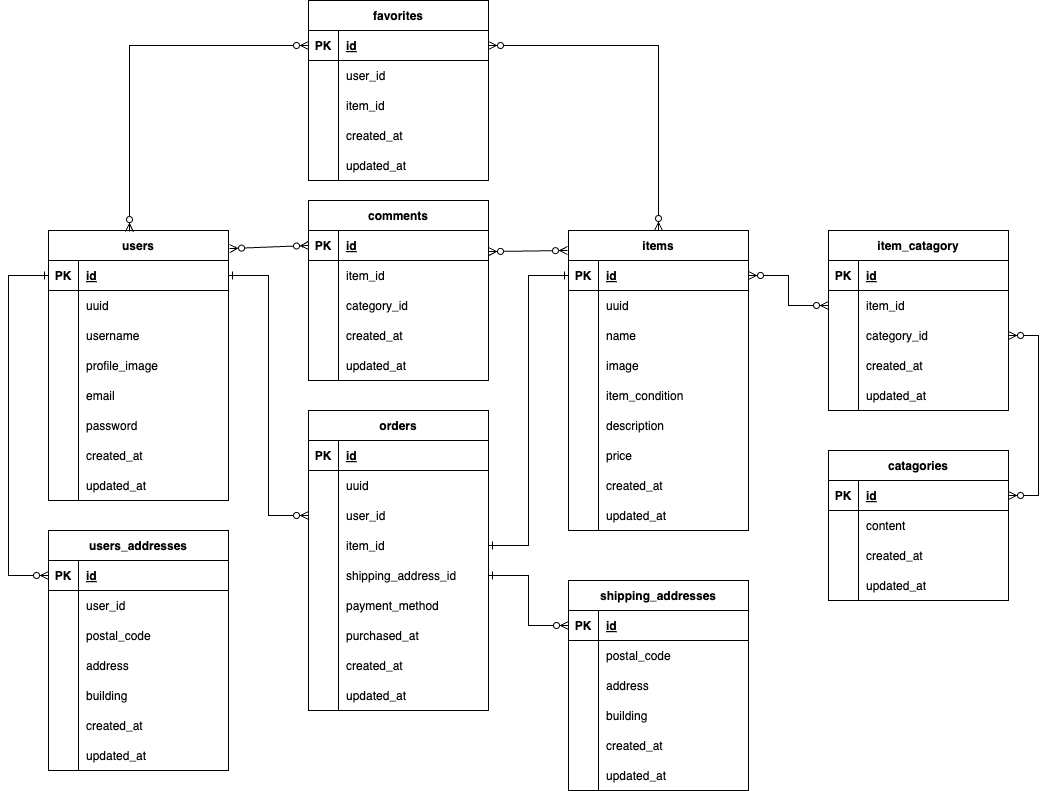
Above: .drawio.png in Koharu5810/flea_market (draw.io), before the change. Source tidied: cells renumbered, new cells last; positions are measured from the earlier drawing's top-left corner, leaving out a move shared by most shapes.
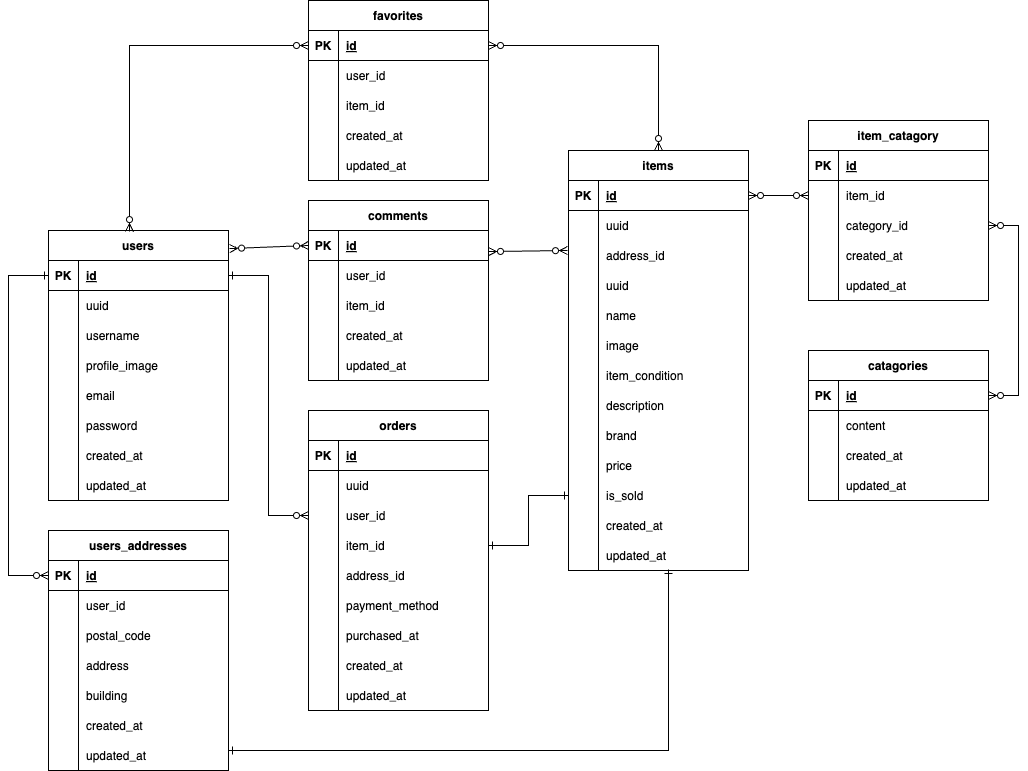
The same diagram one commit later.

The edit, as a diff of the source:
```diff
@@ -2,68 +2,8 @@
   <root>
     <mxCell id="0" />
     <mxCell id="1" parent="0" />
-    <mxCell id="2" value="shipping_addresses" style="shape=table;startSize=30;rowLines=0;fontStyle=1;align=center;" parent="1" vertex="1">
-      <mxGeometry x="560" y="580" width="180" height="210" as="geometry" />
-    </mxCell>
-    <mxCell id="3" style="shape=tableRow;horizontal=0;startSize=0;swimlaneHead=0;swimlaneBody=0;fillColor=none;points=[[0,0.5],[1,0.5]];portConstraint=eastwest;top=0;left=0;right=0;bottom=1;" parent="2" vertex="1">
-      <mxGeometry y="30" width="180" height="30" as="geometry" />
-    </mxCell>
-    <mxCell id="4" value="PK" style="shape=partialRectangle;fillColor=none;top=0;left=0;bottom=0;right=0;fontStyle=1;overflow=hidden;" parent="3" vertex="1">
-      <mxGeometry width="30" height="30" as="geometry" />
-    </mxCell>
-    <mxCell id="5" value="id" style="shape=partialRectangle;fillColor=none;top=0;left=0;bottom=0;right=0;align=left;spacingLeft=6;fontStyle=5;overflow=hidden;" parent="3" vertex="1">
-      <mxGeometry x="30" width="150" height="30" as="geometry" />
-    </mxCell>
-    <mxCell id="6" style="shape=tableRow;horizontal=0;startSize=0;swimlaneHead=0;swimlaneBody=0;fillColor=none;top=0;left=0;right=0;bottom=0;" parent="2" vertex="1">
-      <mxGeometry y="60" width="180" height="30" as="geometry" />
-    </mxCell>
-    <mxCell id="7" style="shape=partialRectangle;fillColor=none;top=0;left=0;bottom=0;right=0;overflow=hidden;" parent="6" vertex="1">
-      <mxGeometry width="30" height="30" as="geometry" />
-    </mxCell>
-    <mxCell id="8" value="postal_code" style="shape=partialRectangle;fillColor=none;top=0;left=0;bottom=0;right=0;align=left;spacingLeft=6;overflow=hidden;" parent="6" vertex="1">
-      <mxGeometry x="30" width="150" height="30" as="geometry" />
-    </mxCell>
-    <mxCell id="9" style="shape=tableRow;horizontal=0;startSize=0;swimlaneHead=0;swimlaneBody=0;fillColor=none;top=0;left=0;right=0;bottom=0;" parent="2" vertex="1">
-      <mxGeometry y="90" width="180" height="30" as="geometry" />
-    </mxCell>
-    <mxCell id="10" style="shape=partialRectangle;fillColor=none;top=0;left=0;bottom=0;right=0;overflow=hidden;" parent="9" vertex="1">
-      <mxGeometry width="30" height="30" as="geometry" />
-    </mxCell>
-    <mxCell id="11" value="address" style="shape=partialRectangle;fillColor=none;top=0;left=0;bottom=0;right=0;align=left;spacingLeft=6;overflow=hidden;" parent="9" vertex="1">
-      <mxGeometry x="30" width="150" height="30" as="geometry" />
-    </mxCell>
-    <mxCell id="12" style="shape=tableRow;horizontal=0;startSize=0;swimlaneHead=0;swimlaneBody=0;fillColor=none;top=0;left=0;right=0;bottom=0;" parent="2" vertex="1">
-      <mxGeometry y="120" width="180" height="30" as="geometry" />
-    </mxCell>
-    <mxCell id="13" style="shape=partialRectangle;fillColor=none;top=0;left=0;bottom=0;right=0;overflow=hidden;" parent="12" vertex="1">
-      <mxGeometry width="30" height="30" as="geometry" />
-    </mxCell>
-    <mxCell id="14" value="building" style="shape=partialRectangle;fillColor=none;top=0;left=0;bottom=0;right=0;align=left;spacingLeft=6;overflow=hidden;" parent="12" vertex="1">
-      <mxGeometry x="30" width="150" height="30" as="geometry" />
-    </mxCell>
-    <mxCell id="15" style="shape=tableRow;horizontal=0;startSize=0;swimlaneHead=0;swimlaneBody=0;fillColor=none;top=0;left=0;right=0;bottom=0;" parent="2" vertex="1">
-      <mxGeometry y="150" width="180" height="30" as="geometry" />
-    </mxCell>
-    <mxCell id="16" style="shape=partialRectangle;fillColor=none;top=0;left=0;bottom=0;right=0;overflow=hidden;" parent="15" vertex="1">
-      <mxGeometry width="30" height="30" as="geometry" />
-    </mxCell>
-    <mxCell id="17" value="created_at" style="shape=partialRectangle;fillColor=none;top=0;left=0;bottom=0;right=0;align=left;spacingLeft=6;overflow=hidden;" parent="15" vertex="1">
-      <mxGeometry x="30" width="150" height="30" as="geometry" />
-    </mxCell>
-    <mxCell id="18" style="shape=tableRow;horizontal=0;startSize=0;swimlaneHead=0;swimlaneBody=0;fillColor=none;top=0;left=0;right=0;bottom=0;" parent="2" vertex="1">
-      <mxGeometry y="180" width="180" height="30" as="geometry" />
-    </mxCell>
-    <mxCell id="19" style="shape=partialRectangle;fillColor=none;top=0;left=0;bottom=0;right=0;overflow=hidden;" parent="18" vertex="1">
-      <mxGeometry width="30" height="30" as="geometry" />
-    </mxCell>
-    <mxCell id="20" value="updated_at" style="shape=partialRectangle;fillColor=none;top=0;left=0;bottom=0;right=0;align=left;spacingLeft=6;overflow=hidden;" parent="18" vertex="1">
-      <mxGeometry x="30" width="150" height="30" as="geometry" />
-    </mxCell>
-    <mxCell id="21" style="edgeStyle=orthogonalEdgeStyle;fontSize=12;html=1;endArrow=ERzeroToMany;startArrow=ERone;entryX=0;entryY=0.5;entryDx=0;entryDy=0;exitX=1;exitY=0.5;exitDx=0;exitDy=0;rounded=0;endFill=0;startFill=0;" parent="1" edge="1" source="136" target="3">
-      <mxGeometry relative="1" as="geometry" />
-    </mxCell>
     <mxCell id="22" value="catagories" style="shape=table;startSize=30;rowLines=0;fontStyle=1;align=center;" parent="1" vertex="1">
-      <mxGeometry x="820" y="450" width="180" height="150" as="geometry" />
+      <mxGeometry x="800" y="350" width="180" height="150" as="geometry" />
     </mxCell>
     <mxCell id="23" style="shape=tableRow;horizontal=0;startSize=0;swimlaneHead=0;swimlaneBody=0;fillColor=none;points=[[0,0.5],[1,0.5]];portConstraint=eastwest;top=0;left=0;right=0;bottom=1;" parent="22" vertex="1">
       <mxGeometry y="30" width="180" height="30" as="geometry" />
@@ -104,16 +44,16 @@
     <mxCell id="35" style="edgeStyle=orthogonalEdgeStyle;html=1;exitX=1;exitY=0.5;exitDx=0;exitDy=0;entryX=1;entryY=0.5;entryDx=0;entryDy=0;startArrow=ERzeroToMany;startFill=0;endArrow=ERzeroToMany;endFill=0;rounded=0;" parent="1" edge="1" source="72" target="23">
       <mxGeometry relative="1" as="geometry">
         <Array as="points">
-          <mxPoint x="1030" y="335" />
-          <mxPoint x="1030" y="495" />
+          <mxPoint x="1010" y="225" />
+          <mxPoint x="1010" y="395" />
         </Array>
       </mxGeometry>
     </mxCell>
-    <mxCell id="36" style="edgeStyle=orthogonalEdgeStyle;html=1;exitX=1;exitY=0.5;exitDx=0;exitDy=0;entryX=0;entryY=0.5;entryDx=0;entryDy=0;startArrow=ERone;startFill=0;endArrow=ERone;endFill=0;rounded=0;" parent="1" edge="1" source="133" target="38">
+    <mxCell id="36" style="edgeStyle=orthogonalEdgeStyle;html=1;exitX=1;exitY=0.5;exitDx=0;exitDy=0;entryX=0;entryY=0.5;entryDx=0;entryDy=0;startArrow=ERone;startFill=0;endArrow=ERone;endFill=0;rounded=0;" parent="1" edge="1" source="133" target="202">
       <mxGeometry relative="1" as="geometry" />
     </mxCell>
     <mxCell id="37" value="items" style="shape=table;startSize=30;rowLines=0;fontStyle=1;align=center;" parent="1" vertex="1">
-      <mxGeometry x="560" y="230" width="180" height="300" as="geometry" />
+      <mxGeometry x="560" y="150" width="180" height="420" as="geometry" />
     </mxCell>
     <mxCell id="38" style="shape=tableRow;horizontal=0;startSize=0;swimlaneHead=0;swimlaneBody=0;fillColor=none;points=[[0,0.5],[1,0.5]];portConstraint=eastwest;top=0;left=0;right=0;bottom=1;" parent="37" vertex="1">
       <mxGeometry y="30" width="180" height="30" as="geometry" />
@@ -133,8 +73,26 @@
     <mxCell id="43" value="uuid" style="shape=partialRectangle;fillColor=none;top=0;left=0;bottom=0;right=0;align=left;spacingLeft=6;overflow=hidden;" parent="41" vertex="1">
       <mxGeometry x="30" width="150" height="30" as="geometry" />
     </mxCell>
+    <mxCell id="9" style="shape=tableRow;horizontal=0;startSize=0;swimlaneHead=0;swimlaneBody=0;fillColor=none;top=0;left=0;right=0;bottom=0;" parent="37" vertex="1">
+      <mxGeometry y="90" width="180" height="30" as="geometry" />
+    </mxCell>
+    <mxCell id="195" style="shape=partialRectangle;fillColor=none;top=0;left=0;bottom=0;right=0;overflow=hidden;" parent="9" vertex="1">
+      <mxGeometry width="30" height="30" as="geometry" />
+    </mxCell>
+    <mxCell id="196" value="address_id" style="shape=partialRectangle;fillColor=none;top=0;left=0;bottom=0;right=0;align=left;spacingLeft=6;overflow=hidden;" parent="9" vertex="1">
+      <mxGeometry x="30" width="150" height="30" as="geometry" />
+    </mxCell>
+    <mxCell id="12" style="shape=tableRow;horizontal=0;startSize=0;swimlaneHead=0;swimlaneBody=0;fillColor=none;top=0;left=0;right=0;bottom=0;" parent="37" vertex="1">
+      <mxGeometry y="120" width="180" height="30" as="geometry" />
+    </mxCell>
+    <mxCell id="197" style="shape=partialRectangle;fillColor=none;top=0;left=0;bottom=0;right=0;overflow=hidden;" parent="12" vertex="1">
+      <mxGeometry width="30" height="30" as="geometry" />
+    </mxCell>
+    <mxCell id="198" value="uuid" style="shape=partialRectangle;fillColor=none;top=0;left=0;bottom=0;right=0;align=left;spacingLeft=6;overflow=hidden;" parent="12" vertex="1">
+      <mxGeometry x="30" width="150" height="30" as="geometry" />
+    </mxCell>
     <mxCell id="44" style="shape=tableRow;horizontal=0;startSize=0;swimlaneHead=0;swimlaneBody=0;fillColor=none;top=0;left=0;right=0;bottom=0;" parent="37" vertex="1">
-      <mxGeometry y="90" width="180" height="30" as="geometry" />
+      <mxGeometry y="150" width="180" height="30" as="geometry" />
     </mxCell>
     <mxCell id="45" style="shape=partialRectangle;fillColor=none;top=0;left=0;bottom=0;right=0;overflow=hidden;" parent="44" vertex="1">
       <mxGeometry width="30" height="30" as="geometry" />
@@ -143,7 +101,7 @@
       <mxGeometry x="30" width="150" height="30" as="geometry" />
     </mxCell>
     <mxCell id="47" style="shape=tableRow;horizontal=0;startSize=0;swimlaneHead=0;swimlaneBody=0;fillColor=none;top=0;left=0;right=0;bottom=0;" parent="37" vertex="1">
-      <mxGeometry y="120" width="180" height="30" as="geometry" />
+      <mxGeometry y="180" width="180" height="30" as="geometry" />
     </mxCell>
     <mxCell id="48" style="shape=partialRectangle;fillColor=none;top=0;left=0;bottom=0;right=0;overflow=hidden;" parent="47" vertex="1">
       <mxGeometry width="30" height="30" as="geometry" />
@@ -152,7 +110,7 @@
       <mxGeometry x="30" width="150" height="30" as="geometry" />
     </mxCell>
     <mxCell id="50" style="shape=tableRow;horizontal=0;startSize=0;swimlaneHead=0;swimlaneBody=0;fillColor=none;top=0;left=0;right=0;bottom=0;" parent="37" vertex="1">
-      <mxGeometry y="150" width="180" height="30" as="geometry" />
+      <mxGeometry y="210" width="180" height="30" as="geometry" />
     </mxCell>
     <mxCell id="51" style="shape=partialRectangle;fillColor=none;top=0;left=0;bottom=0;right=0;overflow=hidden;" parent="50" vertex="1">
       <mxGeometry width="30" height="30" as="geometry" />
@@ -161,7 +119,7 @@
       <mxGeometry x="30" width="150" height="30" as="geometry" />
     </mxCell>
     <mxCell id="53" style="shape=tableRow;horizontal=0;startSize=0;swimlaneHead=0;swimlaneBody=0;fillColor=none;top=0;left=0;right=0;bottom=0;" parent="37" vertex="1">
-      <mxGeometry y="180" width="180" height="30" as="geometry" />
+      <mxGeometry y="240" width="180" height="30" as="geometry" />
     </mxCell>
     <mxCell id="54" style="shape=partialRectangle;fillColor=none;top=0;left=0;bottom=0;right=0;overflow=hidden;" parent="53" vertex="1">
       <mxGeometry width="30" height="30" as="geometry" />
@@ -169,8 +127,17 @@
     <mxCell id="55" value="description" style="shape=partialRectangle;fillColor=none;top=0;left=0;bottom=0;right=0;align=left;spacingLeft=6;overflow=hidden;" parent="53" vertex="1">
       <mxGeometry x="30" width="150" height="30" as="geometry" />
     </mxCell>
+    <mxCell id="199" style="shape=tableRow;horizontal=0;startSize=0;swimlaneHead=0;swimlaneBody=0;fillColor=none;top=0;left=0;right=0;bottom=0;" parent="37" vertex="1">
+      <mxGeometry y="270" width="180" height="30" as="geometry" />
+    </mxCell>
+    <mxCell id="200" style="shape=partialRectangle;fillColor=none;top=0;left=0;bottom=0;right=0;overflow=hidden;" parent="199" vertex="1">
+      <mxGeometry width="30" height="30" as="geometry" />
+    </mxCell>
+    <mxCell id="201" value="brand" style="shape=partialRectangle;fillColor=none;top=0;left=0;bottom=0;right=0;align=left;spacingLeft=6;overflow=hidden;" parent="199" vertex="1">
+      <mxGeometry x="30" width="150" height="30" as="geometry" />
+    </mxCell>
     <mxCell id="56" style="shape=tableRow;horizontal=0;startSize=0;swimlaneHead=0;swimlaneBody=0;fillColor=none;top=0;left=0;right=0;bottom=0;" parent="37" vertex="1">
-      <mxGeometry y="210" width="180" height="30" as="geometry" />
+      <mxGeometry y="300" width="180" height="30" as="geometry" />
     </mxCell>
     <mxCell id="57" style="shape=partialRectangle;fillColor=none;top=0;left=0;bottom=0;right=0;overflow=hidden;" parent="56" vertex="1">
       <mxGeometry width="30" height="30" as="geometry" />
@@ -178,8 +145,17 @@
     <mxCell id="58" value="price" style="shape=partialRectangle;fillColor=none;top=0;left=0;bottom=0;right=0;align=left;spacingLeft=6;overflow=hidden;" parent="56" vertex="1">
       <mxGeometry x="30" width="150" height="30" as="geometry" />
     </mxCell>
+    <mxCell id="202" style="shape=tableRow;horizontal=0;startSize=0;swimlaneHead=0;swimlaneBody=0;fillColor=none;points=[[0,0.5],[1,0.5]];portConstraint=eastwest;top=0;left=0;right=0;bottom=0;" parent="37" vertex="1">
+      <mxGeometry y="330" width="180" height="30" as="geometry" />
+    </mxCell>
+    <mxCell id="203" style="shape=partialRectangle;fillColor=none;top=0;left=0;bottom=0;right=0;overflow=hidden;" parent="202" vertex="1">
+      <mxGeometry width="30" height="30" as="geometry" />
+    </mxCell>
+    <mxCell id="204" value="is_sold" style="shape=partialRectangle;fillColor=none;top=0;left=0;bottom=0;right=0;align=left;spacingLeft=6;overflow=hidden;" parent="202" vertex="1">
+      <mxGeometry x="30" width="150" height="30" as="geometry" />
+    </mxCell>
     <mxCell id="59" style="shape=tableRow;horizontal=0;startSize=0;swimlaneHead=0;swimlaneBody=0;fillColor=none;top=0;left=0;right=0;bottom=0;" parent="37" vertex="1">
-      <mxGeometry y="240" width="180" height="30" as="geometry" />
+      <mxGeometry y="360" width="180" height="30" as="geometry" />
     </mxCell>
     <mxCell id="60" style="shape=partialRectangle;fillColor=none;top=0;left=0;bottom=0;right=0;overflow=hidden;" parent="59" vertex="1">
       <mxGeometry width="30" height="30" as="geometry" />
@@ -188,7 +164,7 @@
       <mxGeometry x="30" width="150" height="30" as="geometry" />
     </mxCell>
     <mxCell id="62" style="shape=tableRow;horizontal=0;startSize=0;swimlaneHead=0;swimlaneBody=0;fillColor=none;points=[[0,0.5],[1,0.5]];portConstraint=eastwest;top=0;left=0;right=0;bottom=0;" parent="37" vertex="1">
-      <mxGeometry y="270" width="180" height="30" as="geometry" />
+      <mxGeometry y="390" width="180" height="30" as="geometry" />
     </mxCell>
     <mxCell id="63" style="shape=partialRectangle;fillColor=none;top=0;left=0;bottom=0;right=0;overflow=hidden;" parent="62" vertex="1">
       <mxGeometry width="30" height="30" as="geometry" />
@@ -197,7 +173,7 @@
       <mxGeometry x="30" width="150" height="30" as="geometry" />
     </mxCell>
     <mxCell id="65" value="item_catagory" style="shape=table;startSize=30;rowLines=0;fontStyle=1;align=center;" parent="1" vertex="1">
-      <mxGeometry x="820" y="230" width="180" height="180" as="geometry" />
+      <mxGeometry x="800" y="120" width="180" height="180" as="geometry" />
     </mxCell>
     <mxCell id="66" style="shape=tableRow;horizontal=0;startSize=0;swimlaneHead=0;swimlaneBody=0;fillColor=none;top=0;left=0;right=0;bottom=1;" parent="65" vertex="1">
       <mxGeometry y="30" width="180" height="30" as="geometry" />
@@ -265,7 +241,7 @@
     <mxCell id="87" style="shape=partialRectangle;fillColor=none;top=0;left=0;bottom=0;right=0;overflow=hidden;" parent="86" vertex="1">
       <mxGeometry width="30" height="30" as="geometry" />
     </mxCell>
-    <mxCell id="88" value="item_id" style="shape=partialRectangle;fillColor=none;top=0;left=0;bottom=0;right=0;align=left;spacingLeft=6;overflow=hidden;" parent="86" vertex="1">
+    <mxCell id="88" value="user_id" style="shape=partialRectangle;fillColor=none;top=0;left=0;bottom=0;right=0;align=left;spacingLeft=6;overflow=hidden;" parent="86" vertex="1">
       <mxGeometry x="30" width="150" height="30" as="geometry" />
     </mxCell>
     <mxCell id="89" style="shape=tableRow;horizontal=0;startSize=0;swimlaneHead=0;swimlaneBody=0;fillColor=none;top=0;left=0;right=0;bottom=0;" parent="82" vertex="1">
@@ -274,7 +250,7 @@
     <mxCell id="90" style="shape=partialRectangle;fillColor=none;top=0;left=0;bottom=0;right=0;overflow=hidden;" parent="89" vertex="1">
       <mxGeometry width="30" height="30" as="geometry" />
     </mxCell>
-    <mxCell id="91" value="category_id" style="shape=partialRectangle;fillColor=none;top=0;left=0;bottom=0;right=0;align=left;spacingLeft=6;overflow=hidden;" parent="89" vertex="1">
+    <mxCell id="91" value="item_id" style="shape=partialRectangle;fillColor=none;top=0;left=0;bottom=0;right=0;align=left;spacingLeft=6;overflow=hidden;" parent="89" vertex="1">
       <mxGeometry x="30" width="150" height="30" as="geometry" />
     </mxCell>
     <mxCell id="92" style="shape=tableRow;horizontal=0;startSize=0;swimlaneHead=0;swimlaneBody=0;fillColor=none;top=0;left=0;right=0;bottom=0;" parent="82" vertex="1">
@@ -415,7 +391,7 @@
     <mxCell id="137" style="shape=partialRectangle;fillColor=none;top=0;left=0;bottom=0;right=0;overflow=hidden;" parent="136" vertex="1">
       <mxGeometry width="30" height="30" as="geometry" />
     </mxCell>
-    <mxCell id="138" value="shipping_address_id" style="shape=partialRectangle;fillColor=none;top=0;left=0;bottom=0;right=0;align=left;spacingLeft=6;overflow=hidden;" parent="136" vertex="1">
+    <mxCell id="138" value="address_id" style="shape=partialRectangle;fillColor=none;top=0;left=0;bottom=0;right=0;align=left;spacingLeft=6;overflow=hidden;" parent="136" vertex="1">
       <mxGeometry x="30" width="150" height="30" as="geometry" />
     </mxCell>
     <mxCell id="139" style="shape=tableRow;horizontal=0;startSize=0;swimlaneHead=0;swimlaneBody=0;fillColor=none;top=0;left=0;right=0;bottom=0;" parent="123" vertex="1">
@@ -596,5 +572,13 @@
         <mxPoint x="559" y="250" as="targetPoint" />
       </mxGeometry>
     </mxCell>
+    <mxCell id="205" style="edgeStyle=orthogonalEdgeStyle;html=1;exitX=1;exitY=0.5;exitDx=0;exitDy=0;startArrow=ERone;startFill=0;endArrow=ERone;endFill=0;rounded=0;entryX=0.556;entryY=0.967;entryDx=0;entryDy=0;entryPerimeter=0;" parent="1" edge="1" target="62">
+      <mxGeometry relative="1" as="geometry">
+        <mxPoint x="220" y="750" as="sourcePoint" />
+        <Array as="points">
+          <mxPoint x="660" y="750" />
+        </Array>
+      </mxGeometry>
+    </mxCell>
   </root>
 </mxGraphModel>
```
